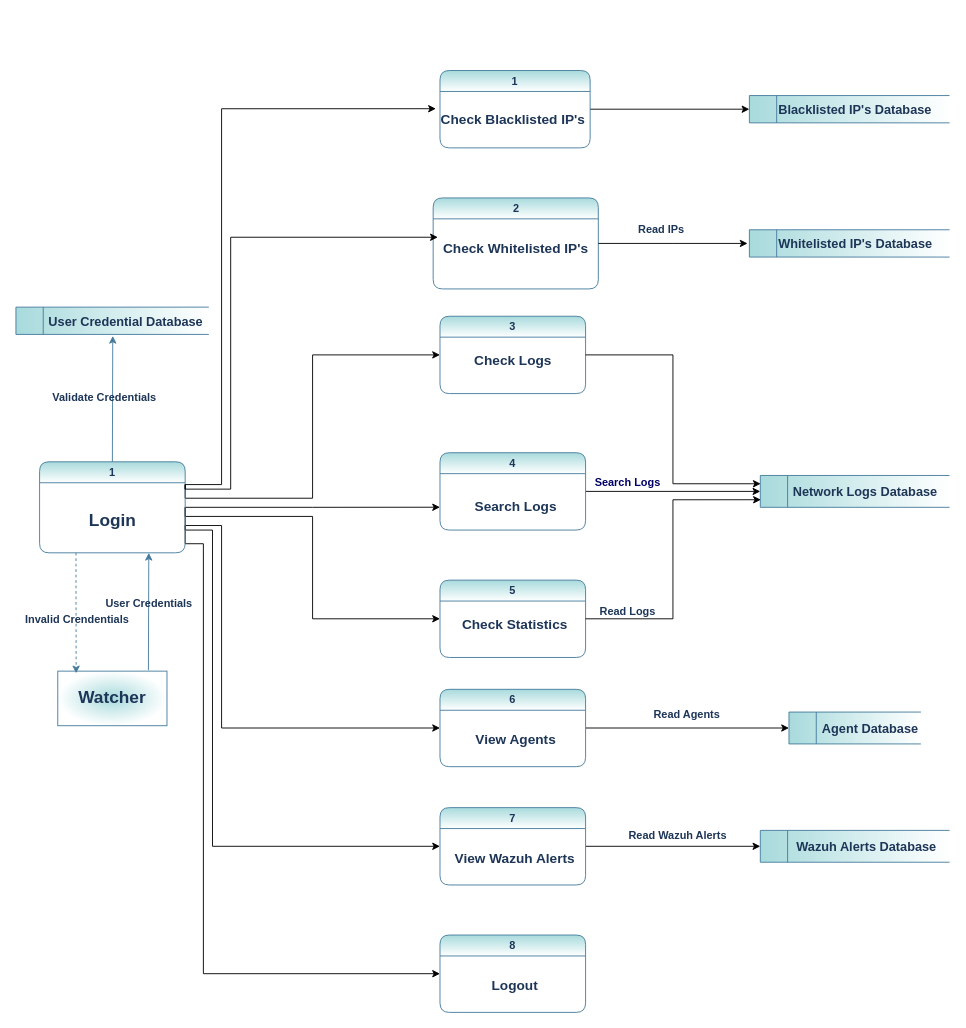
Above: Documentation/Diagrams/Watcher DFD.drawio in 33073-umar/NeuraWall (draw.io), before the change. Source tidied: cells renumbered, new cells numbered last; positions are measured from the earlier drawing's top-left corner, leaving out a move shared by most shapes. Both pictures are drawn from the tidied source at 91%, with x=0, y=0 at pixel (15, 15).
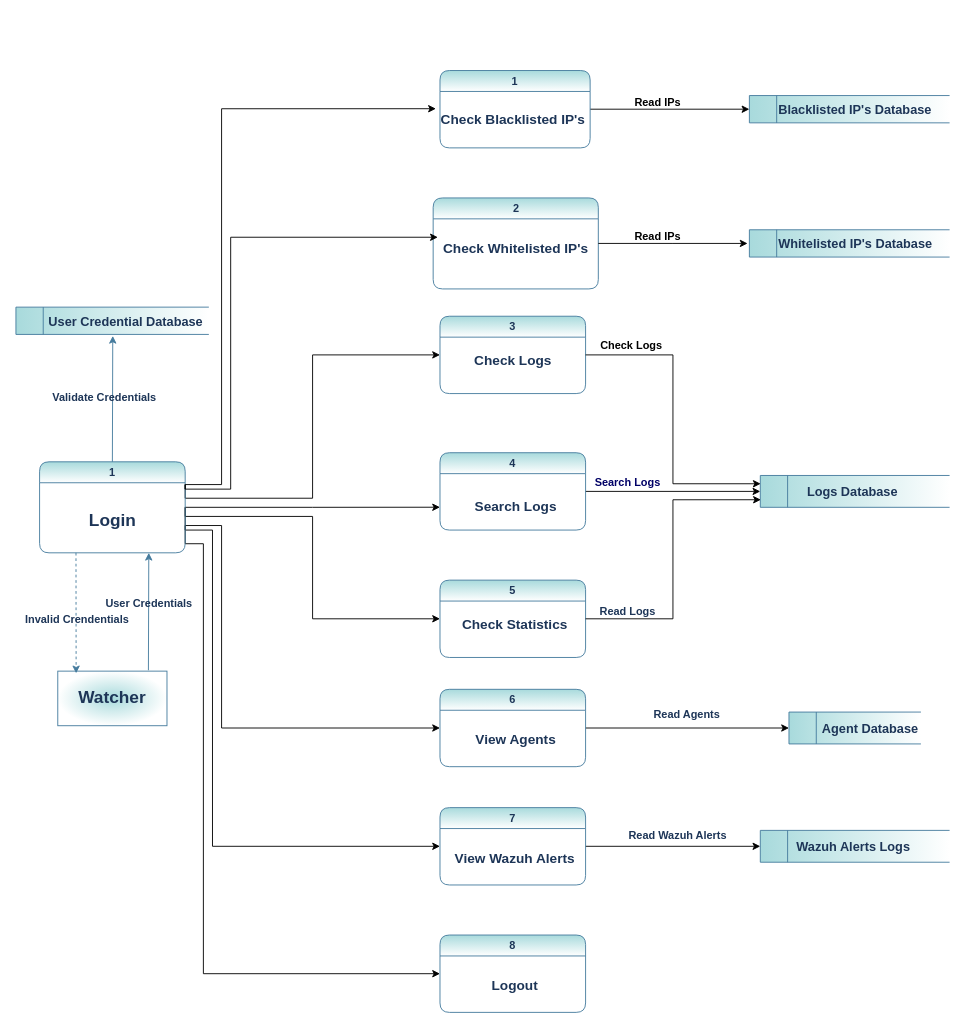
The same page after the edit.

Diff of the diagram source:
```diff
@@
-    <mxCell id="40" value="&lt;font&gt;&lt;span style=&quot;white-space: pre;&quot;&gt;&#9;&lt;/span&gt;Network Logs Database&lt;/font&gt;" style="html=1;dashed=0;whiteSpace=wrap;shape=mxgraph.dfd.dataStoreID;align=left;spacingLeft=3;points=[[0,0],[0.5,0],[1,0],[0,0.5],[1,0.5],[0,1],[0.5,1],[1,1]];labelBackgroundColor=none;fillColor=#A8DADC;strokeColor=#457B9D;fontColor=#1D3557;gradientColor=#FFFFFF;gradientDirection=east;fontStyle=1;fontSize=14;" parent="1" vertex="1">
+    <mxCell id="40" value="&lt;font&gt;&lt;span style=&quot;white-space: pre;&quot;&gt;&#9;&lt;/span&gt;&amp;nbsp; &amp;nbsp; Logs Database&lt;/font&gt;" style="html=1;dashed=0;whiteSpace=wrap;shape=mxgraph.dfd.dataStoreID;align=left;spacingLeft=3;points=[[0,0],[0.5,0],[1,0],[0,0.5],[1,0.5],[0,1],[0.5,1],[1,1]];labelBackgroundColor=none;fillColor=#A8DADC;strokeColor=#457B9D;fontColor=#1D3557;gradientColor=#FFFFFF;gradientDirection=east;fontStyle=1;fontSize=14;" parent="1" vertex="1">
       <mxGeometry x="818" y="505" width="208" height="35" as="geometry" />
     </mxCell>
@@
-    <mxCell id="42" value="&lt;font&gt;&lt;span style=&quot;white-space: pre;&quot;&gt;&#9;&lt;/span&gt;&lt;span style=&quot;text-align: center; text-wrap-mode: nowrap;&quot;&gt;&amp;nbsp;Wazuh Alerts&lt;/span&gt;&amp;nbsp;Database&lt;/font&gt;" style="html=1;dashed=0;whiteSpace=wrap;shape=mxgraph.dfd.dataStoreID;align=left;spacingLeft=3;points=[[0,0],[0.5,0],[1,0],[0,0.5],[1,0.5],[0,1],[0.5,1],[1,1]];labelBackgroundColor=none;fillColor=#A8DADC;strokeColor=#457B9D;fontColor=#1D3557;gradientColor=#FFFFFF;gradientDirection=east;fontStyle=1;fontSize=14;" parent="1" vertex="1">
+    <mxCell id="42" value="&lt;font&gt;&lt;span style=&quot;white-space: pre;&quot;&gt;&#9;&lt;/span&gt;&lt;span style=&quot;text-align: center; text-wrap-mode: nowrap;&quot;&gt;&amp;nbsp;Wazuh Alerts Logs&lt;/span&gt;&lt;/font&gt;" style="html=1;dashed=0;whiteSpace=wrap;shape=mxgraph.dfd.dataStoreID;align=left;spacingLeft=3;points=[[0,0],[0.5,0],[1,0],[0,0.5],[1,0.5],[0,1],[0.5,1],[1,1]];labelBackgroundColor=none;fillColor=#A8DADC;strokeColor=#457B9D;fontColor=#1D3557;gradientColor=#FFFFFF;gradientDirection=east;fontStyle=1;fontSize=14;" parent="1" vertex="1">
       <mxGeometry x="818" y="895" width="208" height="35" as="geometry" />
     </mxCell>
@@
-    <mxCell id="47" value="&lt;font&gt;Read IPs&lt;/font&gt;" style="edgeLabel;html=1;align=center;verticalAlign=middle;labelBackgroundColor=none;fontColor=#1D3557;fontSize=12;fontStyle=1;" parent="1" vertex="1">
-      <mxGeometry x="596" as="geometry">
-        <mxPoint x="112" y="234" as="offset" />
-      </mxGeometry>
-    </mxCell>
@@
+    <mxCell id="53" value="&lt;b&gt;Check Logs&lt;/b&gt;" style="text;html=1;align=center;verticalAlign=middle;strokeColor=none;fillColor=none;" parent="1" vertex="1">
+      <mxGeometry x="631" y="348" width="90" height="30" as="geometry" />
+    </mxCell>
+    <mxCell id="54" value="&lt;font&gt;&lt;b&gt;Read IPs&lt;/b&gt;&lt;/font&gt;" style="text;html=1;align=center;verticalAlign=middle;strokeColor=none;fillColor=none;" parent="1" vertex="1">
+      <mxGeometry x="670" y="228" width="70" height="30" as="geometry" />
+    </mxCell>
+    <mxCell id="55" value="&lt;font&gt;&lt;b&gt;Read IPs&lt;/b&gt;&lt;/font&gt;" style="text;html=1;align=center;verticalAlign=middle;strokeColor=none;fillColor=none;" parent="1" vertex="1">
+      <mxGeometry x="670" y="80" width="70" height="30" as="geometry" />
+    </mxCell>
```
